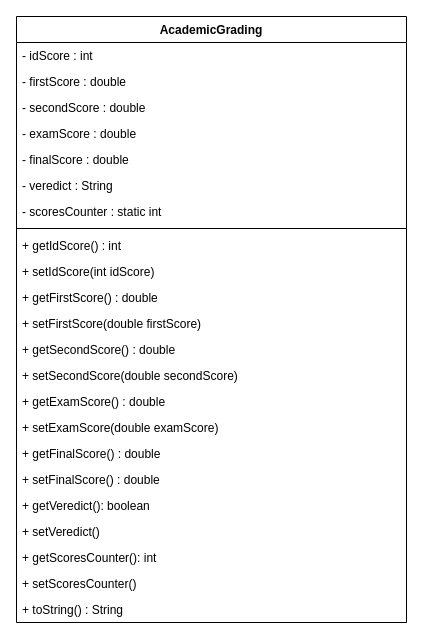
The draw.io diagram Fundamentos/AcademicGrading/src/domain/Exercise2.drawio in Maria-RD/Udemy-JavaCourse, before the edit. Source tidied: cells renumbered, new cells numbered last; positions are measured from the earlier drawing's top-left corner, leaving out a move shared by most shapes. Both pictures are drawn from the tidied source at 100%, with x=0, y=0 at pixel (16, 16).
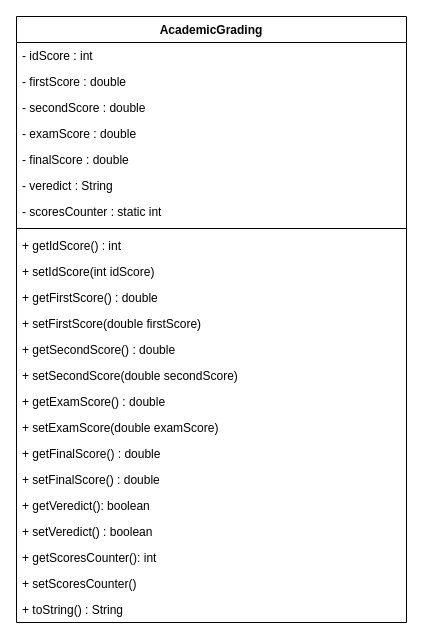
The same page after the edit.

Unchanged cells that the change refers to:
```xml
<mxCell id="2" value="AcademicGrading" style="swimlane;fontStyle=1;align=center;verticalAlign=top;horizontal=1;startSize=26;" parent="1" vertex="1">
  <mxGeometry width="390" height="606" as="geometry" />
</mxCell>
```

What changed in the source:
```diff
@@
-    <mxCell id="22" value="+ setVeredict()" style="text;strokeColor=none;fillColor=none;align=left;verticalAlign=top;spacingLeft=4;spacingRight=4;overflow=hidden;" parent="2" vertex="1">
+    <mxCell id="22" value="+ setVeredict() : boolean" style="text;strokeColor=none;fillColor=none;align=left;verticalAlign=top;spacingLeft=4;spacingRight=4;overflow=hidden;" parent="2" vertex="1">
       <mxGeometry y="502" width="390" height="26" as="geometry" />
     </mxCell>
```
